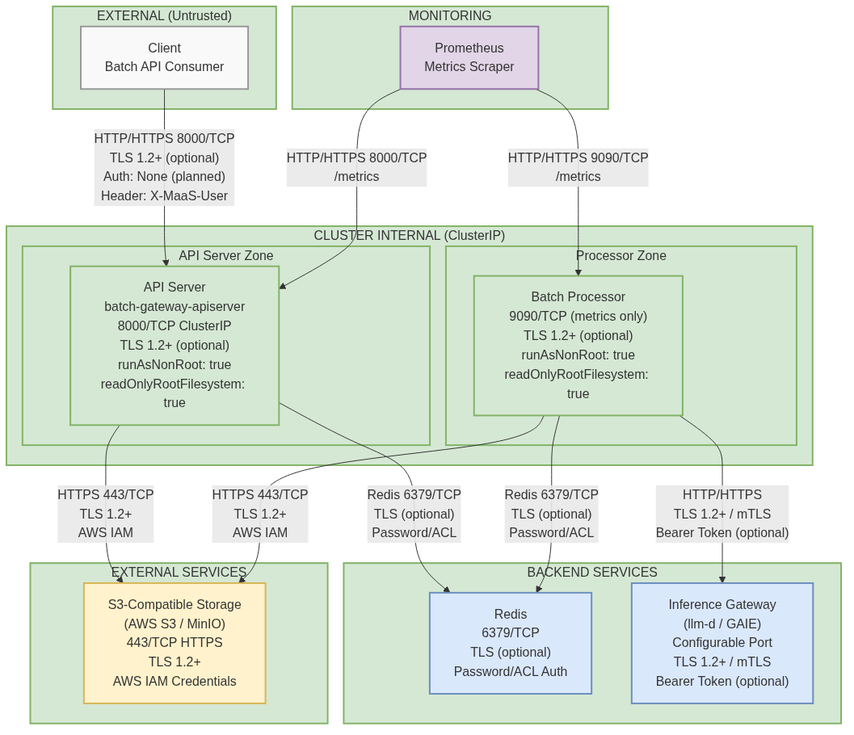
The Mermaid diagram architecture/rhoai-3.4-ea.2/diagrams/batch-gateway-security-network.png in rhuss/architecture-context, before a commit. Its source is kept beside it as architecture/rhoai-3.4-ea.2/diagrams/batch-gateway-security-network.mmd.
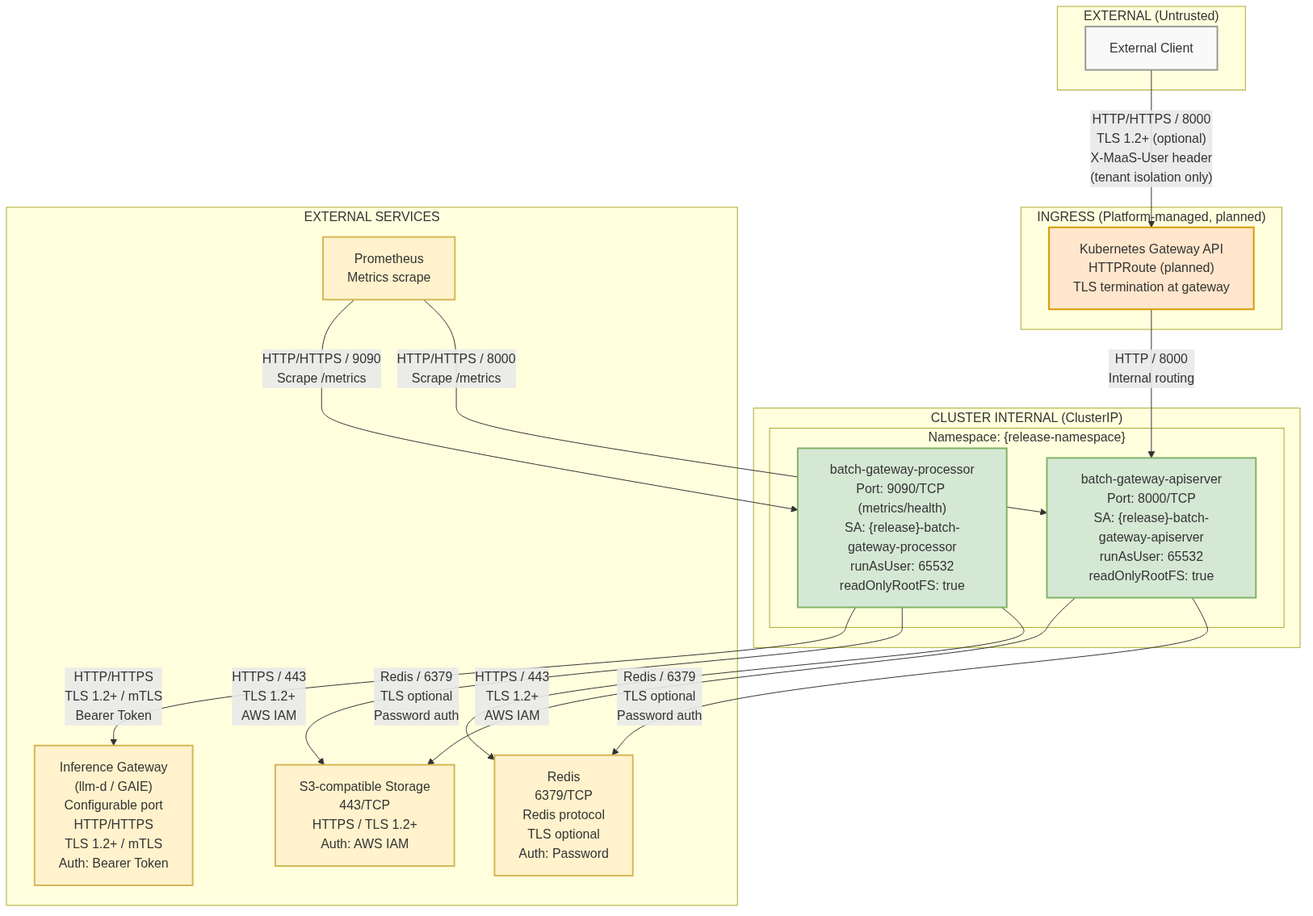
After the commit.

Diff of the diagram source:
```diff
@@ -1,55 +1,50 @@
 
 graph TB
     subgraph External["EXTERNAL (Untrusted)"]
-        Client["Client<br/>Batch API Consumer"]
+        Client["External Client"]
+    end
+
+    subgraph Ingress["INGRESS (Platform-managed, planned)"]
+        GatewayAPI["Kubernetes Gateway API<br/>HTTPRoute (planned)<br/>TLS termination at gateway"]
     end
 
     subgraph ClusterInternal["CLUSTER INTERNAL (ClusterIP)"]
         direction TB
 
-        subgraph APIServerZone["API Server Zone"]
-            APIServer["API Server<br/>batch-gateway-apiserver<br/>8000/TCP ClusterIP<br/>TLS 1.2+ (optional)<br/>runAsNonRoot: true<br/>readOnlyRootFilesystem: true"]
-        end
-
-        subgraph ProcessorZone["Processor Zone"]
-            Processor["Batch Processor<br/>9090/TCP (metrics only)<br/>TLS 1.2+ (optional)<br/>runAsNonRoot: true<br/>readOnlyRootFilesystem: true"]
+        subgraph NS_Release["Namespace: {release-namespace}"]
+            APIServer["batch-gateway-apiserver<br/>Port: 8000/TCP<br/>SA: {release}-batch-gateway-apiserver<br/>runAsUser: 65532<br/>readOnlyRootFS: true"]
+            ProcServer["batch-gateway-processor<br/>Port: 9090/TCP (metrics/health)<br/>SA: {release}-batch-gateway-processor<br/>runAsUser: 65532<br/>readOnlyRootFS: true"]
         end
     end
 
-    subgraph BackendServices["BACKEND SERVICES"]
-        Redis["Redis<br/>6379/TCP<br/>TLS (optional)<br/>Password/ACL Auth"]
-        InferenceGW["Inference Gateway<br/>(llm-d / GAIE)<br/>Configurable Port<br/>TLS 1.2+ / mTLS<br/>Bearer Token (optional)"]
+    subgraph ExternalServices["EXTERNAL SERVICES"]
+        Redis["Redis<br/>6379/TCP<br/>Redis protocol<br/>TLS optional<br/>Auth: Password"]
+        S3["S3-compatible Storage<br/>443/TCP<br/>HTTPS / TLS 1.2+<br/>Auth: AWS IAM"]
+        InferenceGW["Inference Gateway<br/>(llm-d / GAIE)<br/>Configurable port<br/>HTTP/HTTPS<br/>TLS 1.2+ / mTLS<br/>Auth: Bearer Token"]
+        Prometheus["Prometheus<br/>Metrics scrape"]
     end
 
-    subgraph ExternalServices["EXTERNAL SERVICES"]
-        S3["S3-Compatible Storage<br/>(AWS S3 / MinIO)<br/>443/TCP HTTPS<br/>TLS 1.2+<br/>AWS IAM Credentials"]
-    end
+    Client -->|"HTTP/HTTPS / 8000<br/>TLS 1.2+ (optional)<br/>X-MaaS-User header<br/>(tenant isolation only)"| GatewayAPI
 
-    subgraph Monitoring["MONITORING"]
-        Prometheus["Prometheus<br/>Metrics Scraper"]
-    end
+    GatewayAPI -->|"HTTP / 8000<br/>Internal routing"| APIServer
 
-    Client -->|"HTTP/HTTPS 8000/TCP<br/>TLS 1.2+ (optional)<br/>Auth: None (planned)<br/>Header: X-MaaS-User"| APIServer
+    APIServer -->|"Redis / 6379<br/>TLS optional<br/>Password auth"| Redis
+    APIServer -->|"HTTPS / 443<br/>TLS 1.2+<br/>AWS IAM"| S3
 
-    APIServer -->|"Redis 6379/TCP<br/>TLS (optional)<br/>Password/ACL"| Redis
-    Processor -->|"Redis 6379/TCP<br/>TLS (optional)<br/>Password/ACL"| Redis
+    ProcServer -->|"Redis / 6379<br/>TLS optional<br/>Password auth"| Redis
+    ProcServer -->|"HTTPS / 443<br/>TLS 1.2+<br/>AWS IAM"| S3
+    ProcServer -->|"HTTP/HTTPS<br/>TLS 1.2+ / mTLS<br/>Bearer Token"| InferenceGW
 
-    APIServer -->|"HTTPS 443/TCP<br/>TLS 1.2+<br/>AWS IAM"| S3
-    Processor -->|"HTTPS 443/TCP<br/>TLS 1.2+<br/>AWS IAM"| S3
-
-    Processor -->|"HTTP/HTTPS<br/>TLS 1.2+ / mTLS<br/>Bearer Token (optional)"| InferenceGW
-
-    Prometheus -->|"HTTP/HTTPS 8000/TCP<br/>/metrics"| APIServer
-    Prometheus -->|"HTTP/HTTPS 9090/TCP<br/>/metrics"| Processor
+    Prometheus -->|"HTTP/HTTPS / 8000<br/>Scrape /metrics"| APIServer
+    Prometheus -->|"HTTP/HTTPS / 9090<br/>Scrape /metrics"| ProcServer
 
     classDef external fill:#f9f9f9,stroke:#999,stroke-width:2px
-    classDef cluster fill:#d5e8d4,stroke:#82b366,stroke-width:2px
-    classDef backend fill:#dae8fc,stroke:#6c8ebf,stroke-width:2px
+    classDef ingress fill:#ffe6cc,stroke:#d79b00,stroke-width:2px
+    classDef clusterinternal fill:#d5e8d4,stroke:#82b366,stroke-width:2px
     classDef externalservice fill:#fff2cc,stroke:#d6b656,stroke-width:2px
-    classDef monitoring fill:#e1d5e7,stroke:#9673a6,stroke-width:2px
+    classDef warning fill:#f8cecc,stroke:#b85450,stroke-width:2px
 
     class Client external
-    class APIServer,Processor cluster
-    class Redis,InferenceGW backend
-    class S3 externalservice
-    class Prometheus monitoring
+    class GatewayAPI ingress
+    class APIServer,ProcServer clusterinternal
+    class Redis,S3,InferenceGW,Prometheus externalservice
```
